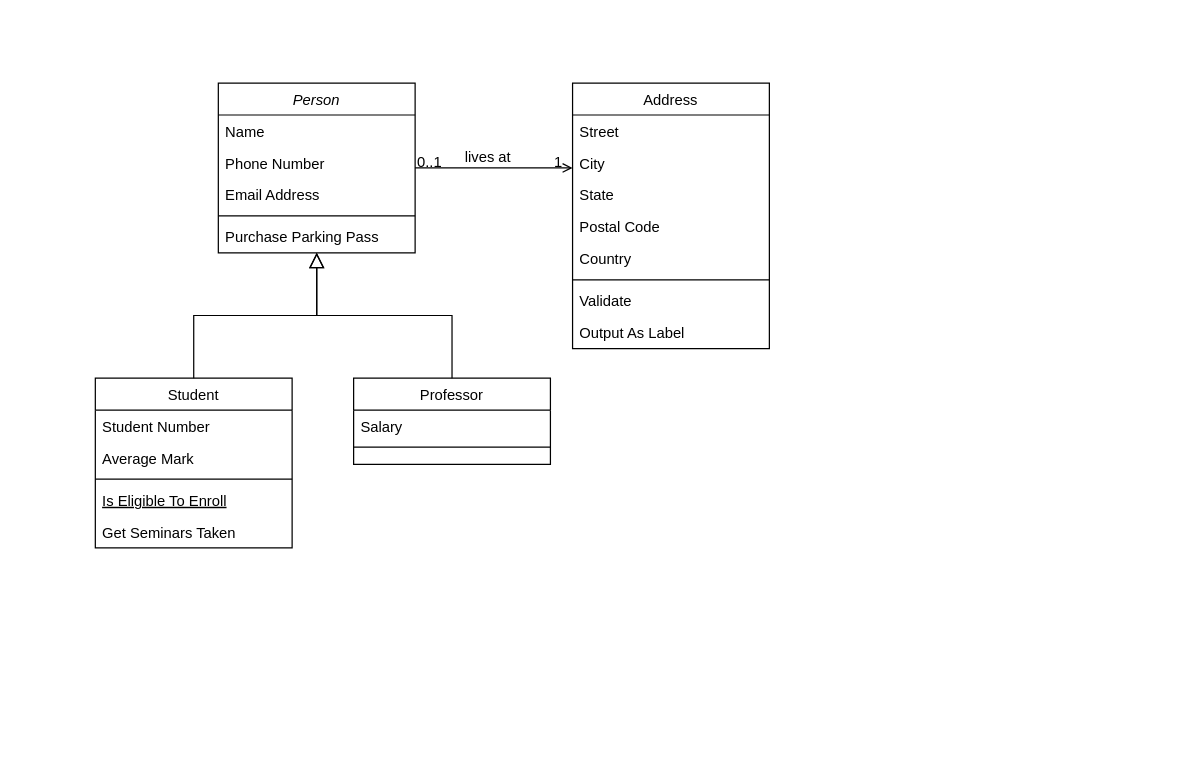
This is Diagrama sem nome.drawio from JoelDNMS/POO-AgendaApp, a draw.io file, before an edit. Source tidied: cells renumbered, new cells numbered last; positions are measured from the earlier drawing's top-left corner, leaving out a move shared by most shapes. Both pictures are drawn from the tidied source at 123%, with x=0, y=0 at pixel (95, 82).
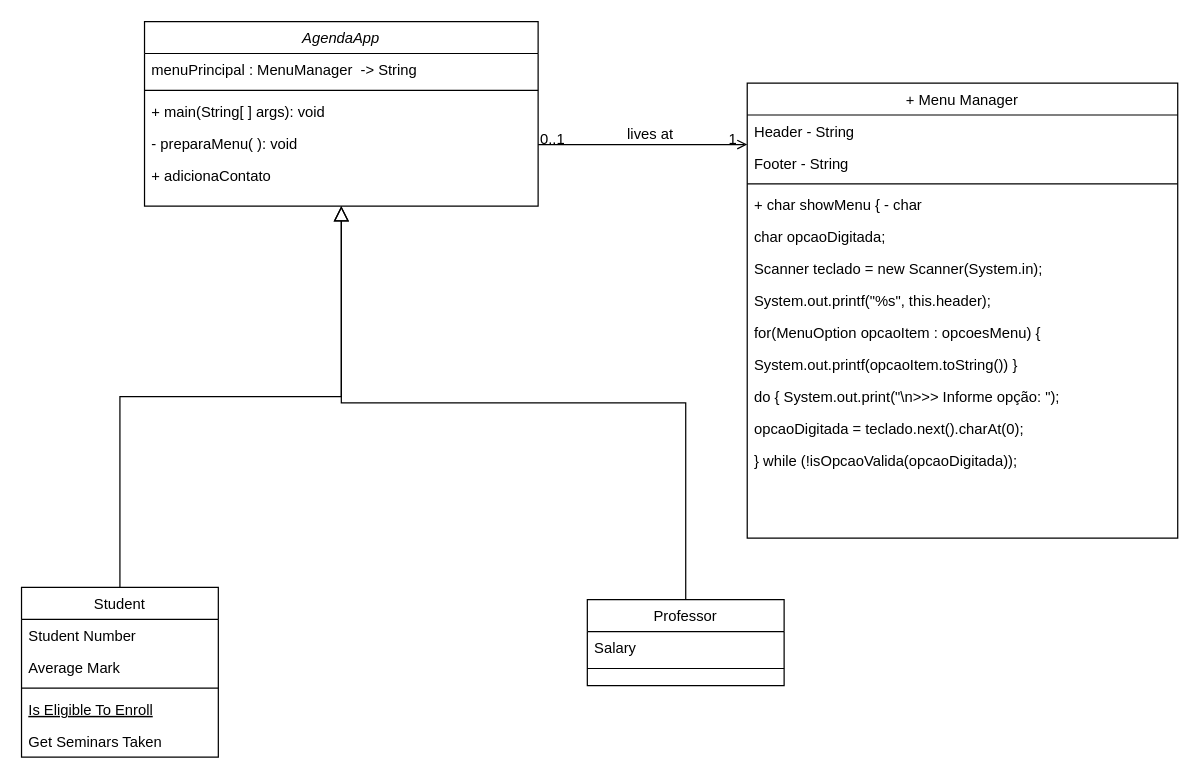
The same diagram, later.

The edit, as a diff of the source:
```diff
@@
-    <mxCell id="2" value="Person" style="swimlane;fontStyle=2;align=center;verticalAlign=top;horizontal=1;startSize=26;rounded=0;shadow=0;strokeWidth=1;" parent="1" vertex="1">
-      <mxGeometry x="100" width="160" height="138" as="geometry" />
+    <mxCell id="2" value="AgendaApp" style="swimlane;fontStyle=2;align=center;verticalAlign=top;horizontal=1;startSize=26;rounded=0;shadow=0;strokeWidth=1;" parent="1" vertex="1">
+      <mxGeometry x="40" y="-50" width="320" height="150" as="geometry" />
     </mxCell>
+    <mxCell id="7" value="menuPrincipal : MenuManager  -&gt; String" style="text;align=left;verticalAlign=top;spacingLeft=4;spacingRight=4;overflow=hidden;" parent="2" vertex="1">
+      <mxGeometry y="26" width="320" height="26" as="geometry" />
+    </mxCell>
+    <mxCell id="6" style="line;html=1;strokeWidth=1;align=left;verticalAlign=middle;spacingTop=-1;spacingLeft=3;spacingRight=3;labelPosition=right;" parent="2" vertex="1">
+      <mxGeometry y="52" width="320" height="8" as="geometry" />
+    </mxCell>
-    <mxCell id="3" value="Name" style="text;align=left;verticalAlign=top;spacingLeft=4;spacingRight=4;overflow=hidden;" parent="2" vertex="1">
-      <mxGeometry y="26" width="160" height="26" as="geometry" />
+    <mxCell id="3" value="+ main(String[ ] args): void " style="text;align=left;verticalAlign=top;spacingLeft=4;spacingRight=4;overflow=hidden;" parent="2" vertex="1">
+      <mxGeometry y="60" width="320" height="26" as="geometry" />
     </mxCell>
+    <mxCell id="5" value="- preparaMenu( ): void " style="text;align=left;verticalAlign=top;spacingLeft=4;spacingRight=4;overflow=hidden;rounded=0;shadow=0;html=0;" parent="2" vertex="1">
+      <mxGeometry y="86" width="320" height="26" as="geometry" />
+    </mxCell>
-    <mxCell id="4" value="Phone Number" style="text;align=left;verticalAlign=top;spacingLeft=4;spacingRight=4;overflow=hidden;rounded=0;shadow=0;html=0;" parent="2" vertex="1">
-      <mxGeometry y="52" width="160" height="26" as="geometry" />
+    <mxCell id="4" value="+ adicionaContato " style="text;align=left;verticalAlign=top;spacingLeft=4;spacingRight=4;overflow=hidden;rounded=0;shadow=0;html=0;" parent="2" vertex="1">
+      <mxGeometry y="112" width="320" height="26" as="geometry" />
     </mxCell>
-    <mxCell id="5" value="Email Address" style="text;align=left;verticalAlign=top;spacingLeft=4;spacingRight=4;overflow=hidden;rounded=0;shadow=0;html=0;" parent="2" vertex="1">
-      <mxGeometry y="78" width="160" height="26" as="geometry" />
-    </mxCell>
-    <mxCell id="6" style="line;html=1;strokeWidth=1;align=left;verticalAlign=middle;spacingTop=-1;spacingLeft=3;spacingRight=3;labelPosition=right;" parent="2" vertex="1">
-      <mxGeometry y="104" width="160" height="8" as="geometry" />
-    </mxCell>
-    <mxCell id="7" value="Purchase Parking Pass" style="text;align=left;verticalAlign=top;spacingLeft=4;spacingRight=4;overflow=hidden;" parent="2" vertex="1">
-      <mxGeometry y="112" width="160" height="26" as="geometry" />
-    </mxCell>
     <mxCell id="8" value="Student" style="swimlane;fontStyle=0;align=center;verticalAlign=top;horizontal=1;startSize=26;rounded=0;shadow=0;strokeWidth=1;" parent="1" vertex="1">
-      <mxGeometry y="240" width="160" height="138" as="geometry" />
+      <mxGeometry x="-60" y="410" width="160" height="138" as="geometry" />
     </mxCell>
@@
     <mxCell id="15" value="Professor" style="swimlane;fontStyle=0;align=center;verticalAlign=top;horizontal=1;startSize=26;rounded=0;shadow=0;strokeWidth=1;" parent="1" vertex="1">
-      <mxGeometry x="210" y="240" width="160" height="70" as="geometry" />
+      <mxGeometry x="400" y="420" width="160" height="70" as="geometry" />
     </mxCell>
@@
-    <mxCell id="19" value="Address" style="swimlane;fontStyle=0;align=center;verticalAlign=top;horizontal=1;startSize=26;rounded=0;shadow=0;strokeWidth=1;" parent="1" vertex="1">
-      <mxGeometry x="388" width="160" height="216" as="geometry" />
+    <mxCell id="19" value="+ Menu Manager" style="swimlane;fontStyle=0;align=center;verticalAlign=top;horizontal=1;startSize=26;rounded=0;shadow=0;strokeWidth=1;" parent="1" vertex="1">
+      <mxGeometry x="530" width="350" height="370" as="geometry" />
     </mxCell>
-    <mxCell id="20" value="Street" style="text;align=left;verticalAlign=top;spacingLeft=4;spacingRight=4;overflow=hidden;" parent="19" vertex="1">
-      <mxGeometry y="26" width="160" height="26" as="geometry" />
-    </mxCell>
-    <mxCell id="21" value="City" style="text;align=left;verticalAlign=top;spacingLeft=4;spacingRight=4;overflow=hidden;rounded=0;shadow=0;html=0;" parent="19" vertex="1">
-      <mxGeometry y="52" width="160" height="26" as="geometry" />
-    </mxCell>
+    <mxCell id="26" value="Header - String" style="text;align=left;verticalAlign=top;spacingLeft=4;spacingRight=4;overflow=hidden;" parent="19" vertex="1">
+      <mxGeometry y="26" width="350" height="26" as="geometry" />
+    </mxCell>
+    <mxCell id="27" value="Footer - String" style="text;align=left;verticalAlign=top;spacingLeft=4;spacingRight=4;overflow=hidden;" parent="19" vertex="1">
+      <mxGeometry y="52" width="350" height="26" as="geometry" />
+    </mxCell>
+    <mxCell id="25" style="line;html=1;strokeWidth=1;align=left;verticalAlign=middle;spacingTop=-1;spacingLeft=3;spacingRight=3;labelPosition=right;" parent="19" vertex="1">
+      <mxGeometry y="78" width="350" height="8" as="geometry" />
+    </mxCell>
-    <mxCell id="22" value="State" style="text;align=left;verticalAlign=top;spacingLeft=4;spacingRight=4;overflow=hidden;rounded=0;shadow=0;html=0;" parent="19" vertex="1">
-      <mxGeometry y="78" width="160" height="26" as="geometry" />
+    <mxCell id="22" value="+ char showMenu { - char" style="text;align=left;verticalAlign=top;spacingLeft=4;spacingRight=4;overflow=hidden;rounded=0;shadow=0;html=0;" parent="19" vertex="1">
+      <mxGeometry y="86" width="350" height="26" as="geometry" />
     </mxCell>
-    <mxCell id="23" value="Postal Code" style="text;align=left;verticalAlign=top;spacingLeft=4;spacingRight=4;overflow=hidden;rounded=0;shadow=0;html=0;" parent="19" vertex="1">
-      <mxGeometry y="104" width="160" height="26" as="geometry" />
+    <mxCell id="23" value="char opcaoDigitada; " style="text;align=left;verticalAlign=top;spacingLeft=4;spacingRight=4;overflow=hidden;rounded=0;shadow=0;html=0;" parent="19" vertex="1">
+      <mxGeometry y="112" width="350" height="26" as="geometry" />
     </mxCell>
-    <mxCell id="24" value="Country" style="text;align=left;verticalAlign=top;spacingLeft=4;spacingRight=4;overflow=hidden;rounded=0;shadow=0;html=0;" parent="19" vertex="1">
-      <mxGeometry y="130" width="160" height="26" as="geometry" />
+    <mxCell id="24" value="Scanner teclado = new Scanner(System.in);" style="text;align=left;verticalAlign=top;spacingLeft=4;spacingRight=4;overflow=hidden;rounded=0;shadow=0;html=0;" parent="19" vertex="1">
+      <mxGeometry y="138" width="350" height="26" as="geometry" />
     </mxCell>
-    <mxCell id="25" style="line;html=1;strokeWidth=1;align=left;verticalAlign=middle;spacingTop=-1;spacingLeft=3;spacingRight=3;labelPosition=right;" parent="19" vertex="1">
-      <mxGeometry y="156" width="160" height="8" as="geometry" />
-    </mxCell>
-    <mxCell id="26" value="Validate" style="text;align=left;verticalAlign=top;spacingLeft=4;spacingRight=4;overflow=hidden;" parent="19" vertex="1">
-      <mxGeometry y="164" width="160" height="26" as="geometry" />
-    </mxCell>
-    <mxCell id="27" value="Output As Label" style="text;align=left;verticalAlign=top;spacingLeft=4;spacingRight=4;overflow=hidden;" parent="19" vertex="1">
-      <mxGeometry y="190" width="160" height="26" as="geometry" />
-    </mxCell>
+    <mxCell id="32" value="System.out.printf(&quot;%s&quot;, this.header);" style="text;align=left;verticalAlign=top;spacingLeft=4;spacingRight=4;overflow=hidden;rounded=0;shadow=0;html=0;" parent="19" vertex="1">
+      <mxGeometry y="164" width="350" height="26" as="geometry" />
+    </mxCell>
+    <mxCell id="33" value="for(MenuOption opcaoItem : opcoesMenu) {" style="text;align=left;verticalAlign=top;spacingLeft=4;spacingRight=4;overflow=hidden;rounded=0;shadow=0;html=0;" parent="19" vertex="1">
+      <mxGeometry y="190" width="350" height="26" as="geometry" />
+    </mxCell>
+    <mxCell id="34" value="System.out.printf(opcaoItem.toString()) }" style="text;align=left;verticalAlign=top;spacingLeft=4;spacingRight=4;overflow=hidden;rounded=0;shadow=0;html=0;" parent="19" vertex="1">
+      <mxGeometry y="216" width="350" height="26" as="geometry" />
+    </mxCell>
+    <mxCell id="35" value="do { System.out.print(&quot;\n&gt;&gt;&gt; Informe opção: &quot;);" style="text;align=left;verticalAlign=top;spacingLeft=4;spacingRight=4;overflow=hidden;rounded=0;shadow=0;html=0;" parent="19" vertex="1">
+      <mxGeometry y="242" width="350" height="26" as="geometry" />
+    </mxCell>
+    <mxCell id="36" value="opcaoDigitada = teclado.next().charAt(0);" style="text;align=left;verticalAlign=top;spacingLeft=4;spacingRight=4;overflow=hidden;rounded=0;shadow=0;html=0;" parent="19" vertex="1">
+      <mxGeometry y="268" width="350" height="26" as="geometry" />
+    </mxCell>
+    <mxCell id="37" value="} while (!isOpcaoValida(opcaoDigitada));" style="text;align=left;verticalAlign=top;spacingLeft=4;spacingRight=4;overflow=hidden;rounded=0;shadow=0;html=0;" parent="19" vertex="1">
+      <mxGeometry y="294" width="350" height="26" as="geometry" />
+    </mxCell>
```
